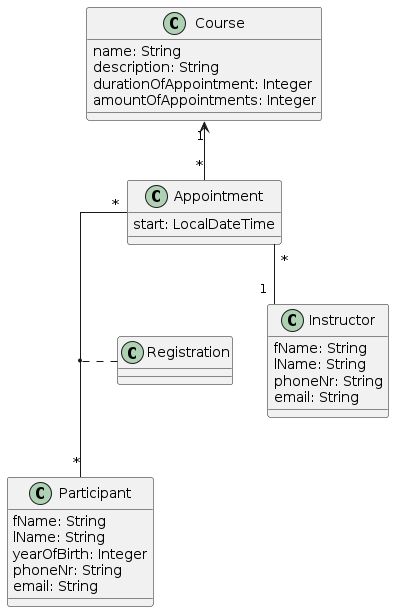
Above: images/cld.png in 2223-3bhif-syp/02-projekte-kurstermine (PlantUML), before the change.
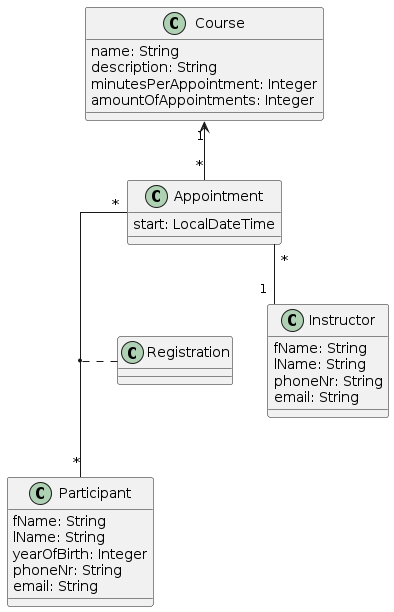
The same diagram one commit later.

The edit, as a diff of the source:
```diff
@@ -12,7 +12,7 @@
 class Course {
     name: String
     description: String
-    durationOfAppointment: Integer
+    minutesPerAppointment: Integer
     amountOfAppointments: Integer
 }
 
```
